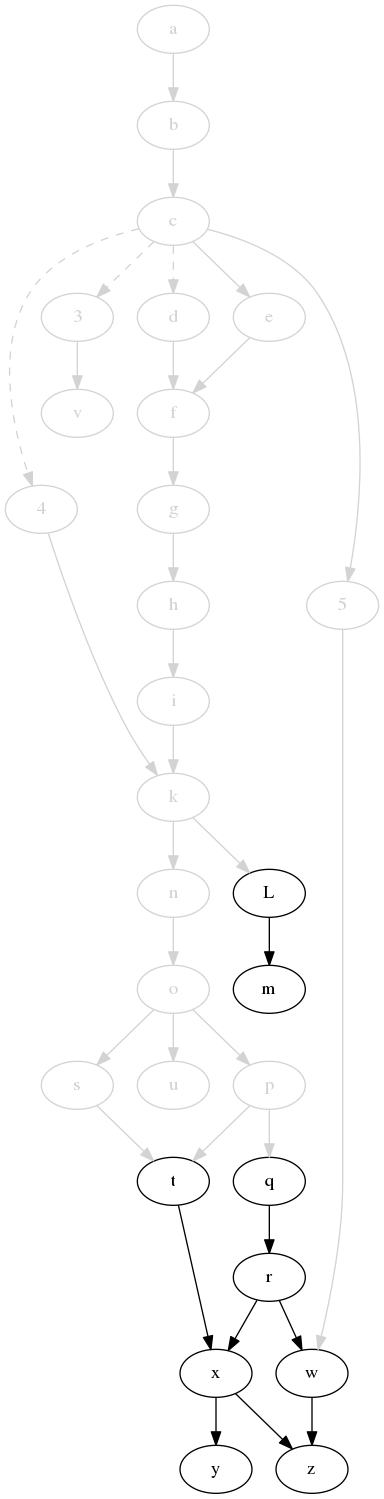
Above: svm-startup-deps.png in jdmpapin/svm-startup-deps (Graphviz), before the change. Its source is kept beside it as svm-startup-deps.dot.
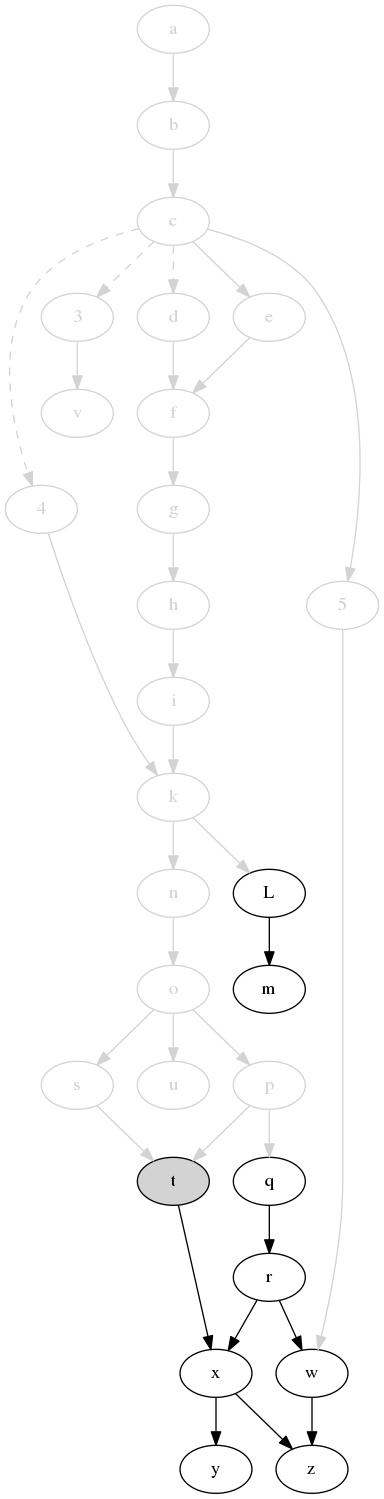
After the commit.

The edit, as a diff of the source:
```diff
@@ -21,7 +21,7 @@
     q;
     r;
     s [color=lightgrey,fontcolor=lightgrey];
-    t;
+    t [style=filled,fillcolor=lightgrey];
     u [color=lightgrey,fontcolor=lightgrey];
     v [color=lightgrey,fontcolor=lightgrey];
     w;
```
